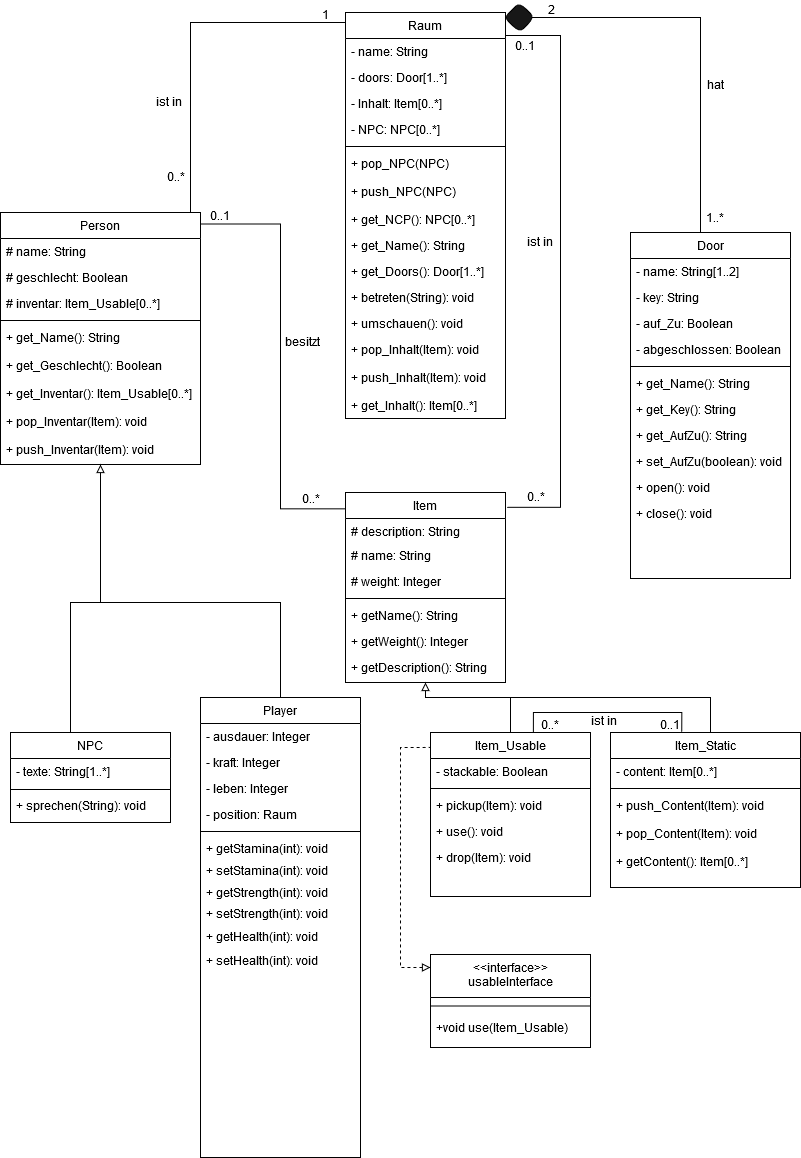
This is Klassendiagram.png from Elegond/AE-Text-Adventure, a draw.io export, as it was before one commit. Source tidied: cells renumbered, new cells last; positions are measured from the earlier drawing's top-left corner, leaving out a move shared by most shapes.
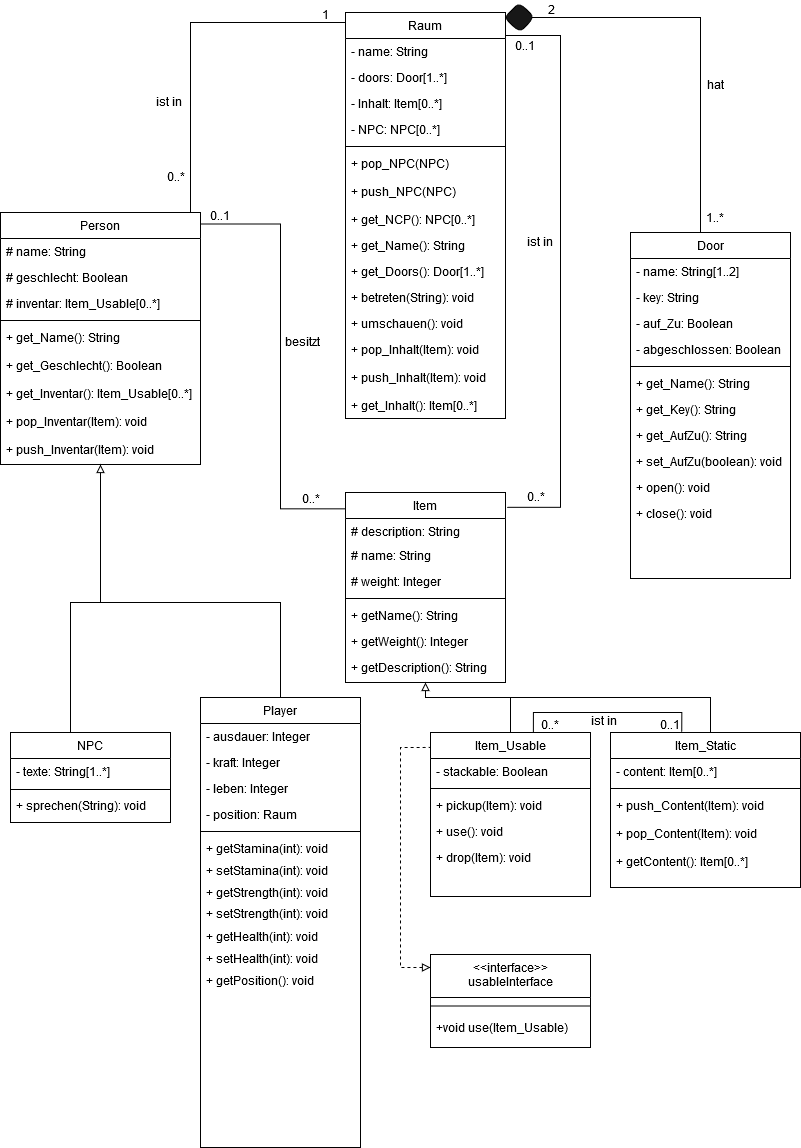
Later version of the same file.

Diff of the diagram source:
```diff
@@ -330,7 +330,7 @@
       <mxGeometry y="60" width="160" height="26" as="geometry" />
     </mxCell>
     <mxCell id="93" value="Player" style="swimlane;fontStyle=0;align=center;verticalAlign=top;horizontal=1;startSize=26;rounded=0;shadow=0;strokeWidth=1;" parent="1" vertex="1">
-      <mxGeometry x="200" y="697" width="160" height="460" as="geometry" />
+      <mxGeometry x="200" y="697" width="160" height="450" as="geometry" />
     </mxCell>
     <mxCell id="94" value="- ausdauer: Integer" style="text;align=left;verticalAlign=top;spacingLeft=4;spacingRight=4;overflow=hidden;rounded=0;shadow=0;html=0;" parent="93" vertex="1">
       <mxGeometry y="26" width="160" height="26" as="geometry" />
@@ -363,7 +363,10 @@
       <mxGeometry x="200" y="923" width="160" height="27" as="geometry" />
     </mxCell>
     <mxCell id="104" value="+ setHealth(int): void" style="text;align=left;verticalAlign=top;spacingLeft=4;spacingRight=4;overflow=hidden;" parent="1" vertex="1">
-      <mxGeometry x="200" y="947" width="160" height="27" as="geometry" />
+      <mxGeometry x="200" y="945" width="160" height="27" as="geometry" />
     </mxCell>
+    <mxCell id="105" value="+ getPosition(): void" style="text;align=left;verticalAlign=top;spacingLeft=4;spacingRight=4;overflow=hidden;" parent="1" vertex="1">
+      <mxGeometry x="200" y="967" width="160" height="27" as="geometry" />
+    </mxCell>
   </root>
 </mxGraphModel>
```
